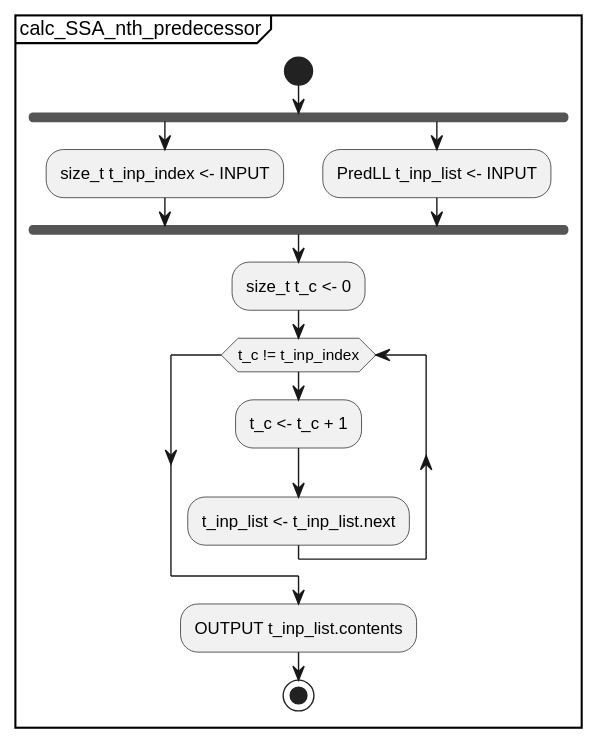
This is docs/UML/Single_Static_Assignment_Generation_Scheme/submodules/svg/calc_SSA_nth_predecessor.svg from KeithCBrett/Python-Compiler, a PlantUML export, as it was before one commit. Source of this version:
```plantuml
@startuml
partition calc_SSA_nth_predecessor {
    start
    fork
        :size_t t_inp_index <- INPUT;
    fork again
        :PredLL t_inp_list <- INPUT;
    fork end
    :size_t t_c <- 0;
    while (t_c != t_inp_index)
        :t_c <- t_c + 1;
        :t_inp_list <- t_inp_list.next;
    endwhile
    :OUTPUT t_inp_list.contents;
    stop
}
@enduml
```
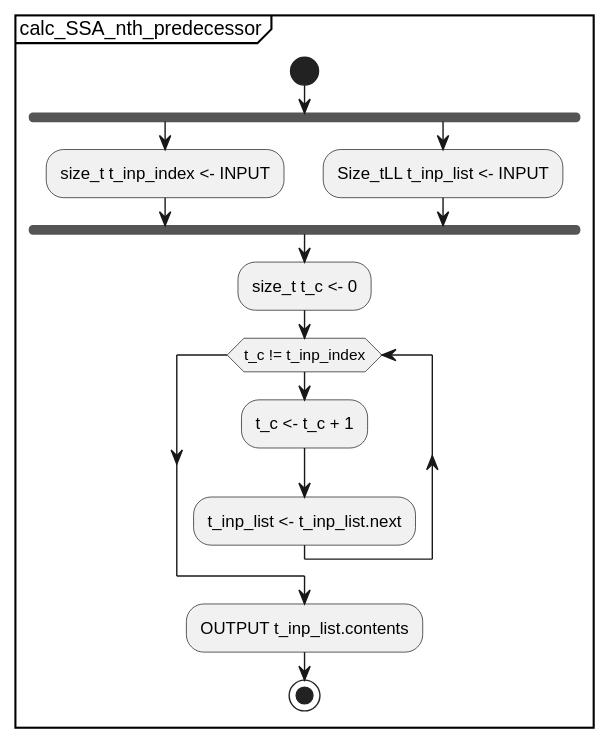
After the change.

Change to the diagram source:
```diff
@@ -4,7 +4,7 @@
     fork
         :size_t t_inp_index <- INPUT;
     fork again
-        :PredLL t_inp_list <- INPUT;
+        :Size_tLL t_inp_list <- INPUT;
     fork end
     :size_t t_c <- 0;
     while (t_c != t_inp_index)
```
